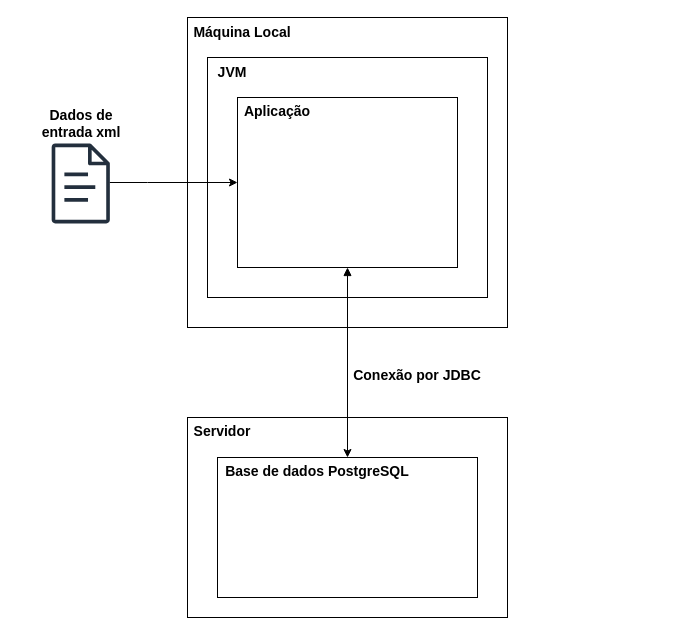
Earlier version of the draw.io diagram diagramas/diagrama_de_blocos.drawio (RRamos19/Master-Thesis). Source tidied: cells renumbered, new cells numbered last; positions are measured from the earlier drawing's top-left corner, leaving out a move shared by most shapes. Both pictures are drawn from the tidied source at 100%, with x=0, y=0 at pixel (24, 17).
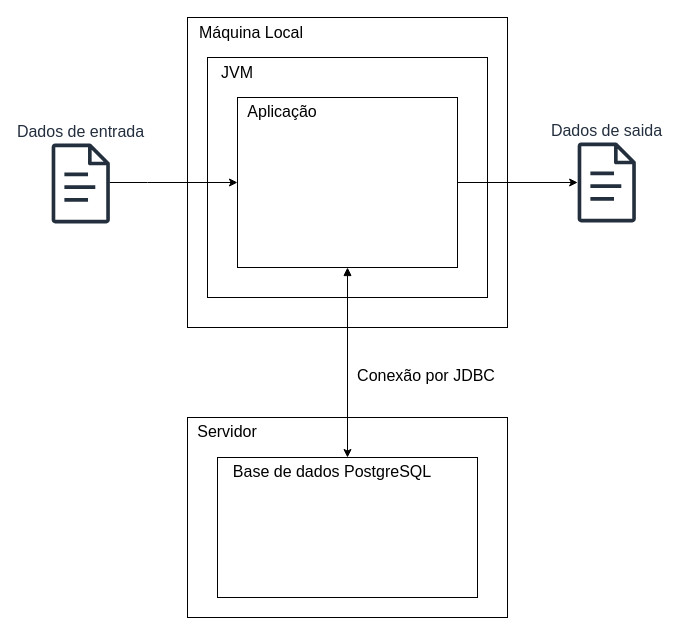
The same page after the edit.

Unchanged cells that the change refers to:
```xml
<mxCell id="3" style="group;" parent="1" vertex="1">
  <mxGeometry x="163" width="320" height="310" as="geometry" />
</mxCell>
<mxCell id="6" style="group;" parent="3" vertex="1">
  <mxGeometry x="20" y="40" width="280" height="240" as="geometry" />
</mxCell>
<mxCell id="9" style="rounded=0;whiteSpace=wrap;html=1;" parent="6" vertex="1">
  <mxGeometry x="30" y="40" width="220" height="170" as="geometry" />
</mxCell>
<mxCell id="11" style="group;" parent="1" vertex="1">
  <mxGeometry x="163" y="400" width="320" height="200" as="geometry" />
</mxCell>
```

What changed in the source:
```diff
@@
-    <mxCell id="2" style="sketch=0;outlineConnect=0;fontColor=#232F3E;gradientColor=none;fillColor=#232F3D;strokeColor=none;dashed=0;verticalLabelPosition=bottom;verticalAlign=top;align=center;html=1;fontSize=12;fontStyle=0;shape=mxgraph.aws4.document;" parent="1" vertex="1">
+    <mxCell id="2" value="Dados de entrada" style="sketch=0;outlineConnect=0;fontColor=#232F3E;gradientColor=none;fillColor=#232F3D;strokeColor=none;dashed=0;verticalLabelPosition=top;verticalAlign=bottom;align=center;html=1;fontSize=16;fontStyle=0;shape=mxgraph.aws4.document;labelPosition=center;" parent="1" vertex="1">
       <mxGeometry x="27" y="126" width="58.5" height="80" as="geometry" />
     </mxCell>
@@
-    <mxCell id="5" value="Máquina Local" style="text;html=1;align=center;verticalAlign=middle;whiteSpace=wrap;rounded=0;fontSize=14;fontStyle=1;" parent="3" vertex="1">
-      <mxGeometry width="110" height="30" as="geometry" />
+    <mxCell id="5" value="&lt;span style=&quot;font-weight: normal;&quot;&gt;&lt;font style=&quot;font-size: 16px;&quot;&gt;Máquina Local&lt;/font&gt;&lt;/span&gt;" style="text;html=1;align=center;verticalAlign=middle;whiteSpace=wrap;rounded=0;fontSize=14;fontStyle=1;" parent="3" vertex="1">
+      <mxGeometry x="1" width="126" height="30" as="geometry" />
     </mxCell>
@@
-    <mxCell id="8" value="JVM" style="text;html=1;align=center;verticalAlign=middle;whiteSpace=wrap;rounded=0;fontSize=14;fontStyle=1;" parent="6" vertex="1">
-      <mxGeometry width="50" height="30" as="geometry" />
+    <mxCell id="8" value="&lt;span style=&quot;font-weight: normal;&quot;&gt;&lt;font style=&quot;font-size: 16px;&quot;&gt;JVM&lt;/font&gt;&lt;/span&gt;" style="text;html=1;align=center;verticalAlign=middle;whiteSpace=wrap;rounded=0;fontSize=14;fontStyle=1;" parent="6" vertex="1">
+      <mxGeometry width="60" height="30" as="geometry" />
     </mxCell>
@@
-    <mxCell id="10" value="Aplicação" style="text;html=1;align=center;verticalAlign=middle;whiteSpace=wrap;rounded=0;fontSize=14;fontStyle=1;" parent="6" vertex="1">
-      <mxGeometry x="30" y="40" width="80" height="28.6" as="geometry" />
+    <mxCell id="10" value="&lt;span style=&quot;font-weight: normal;&quot;&gt;&lt;font style=&quot;font-size: 16px;&quot;&gt;Aplicação&lt;/font&gt;&lt;/span&gt;" style="text;html=1;align=center;verticalAlign=middle;whiteSpace=wrap;rounded=0;fontSize=14;fontStyle=1;" parent="6" vertex="1">
+      <mxGeometry x="30" y="40" width="90" height="28.6" as="geometry" />
     </mxCell>
@@
-    <mxCell id="13" value="Servidor" style="text;html=1;align=center;verticalAlign=middle;whiteSpace=wrap;rounded=0;fontStyle=1;fontSize=14;" parent="11" vertex="1">
-      <mxGeometry width="70" height="28.6" as="geometry" />
+    <mxCell id="13" value="&lt;span style=&quot;font-weight: normal;&quot;&gt;&lt;font style=&quot;font-size: 16px;&quot;&gt;Servidor&lt;/font&gt;&lt;/span&gt;" style="text;html=1;align=center;verticalAlign=middle;whiteSpace=wrap;rounded=0;fontStyle=1;fontSize=14;" parent="11" vertex="1">
+      <mxGeometry width="80" height="28.6" as="geometry" />
     </mxCell>
@@
-    <mxCell id="15" value="Base de dados PostgreSQL" style="text;html=1;align=center;verticalAlign=middle;whiteSpace=wrap;rounded=0;fontStyle=1;fontSize=14;" parent="11" vertex="1">
-      <mxGeometry x="30" y="40" width="200" height="28.6" as="geometry" />
+    <mxCell id="15" value="&lt;span style=&quot;font-weight: normal;&quot;&gt;&lt;font style=&quot;font-size: 16px;&quot;&gt;Base de dados PostgreSQL&lt;/font&gt;&lt;/span&gt;" style="text;html=1;align=center;verticalAlign=middle;whiteSpace=wrap;rounded=0;fontStyle=1;fontSize=14;" parent="11" vertex="1">
+      <mxGeometry x="30" y="40" width="230" height="28.6" as="geometry" />
     </mxCell>
@@
-    <mxCell id="18" value="Dados de entrada xml" style="text;html=1;align=center;verticalAlign=middle;whiteSpace=wrap;rounded=0;fontSize=14;fontStyle=1;" parent="1" vertex="1">
-      <mxGeometry x="0.5" y="91" width="111.5" height="30" as="geometry" />
-    </mxCell>
-    <mxCell id="19" value="Conexão por JDBC" style="text;html=1;align=center;verticalAlign=middle;whiteSpace=wrap;rounded=0;fontSize=14;fontStyle=1;" parent="1" vertex="1">
-      <mxGeometry x="323" y="343" width="140" height="30" as="geometry" />
+    <mxCell id="19" value="&lt;span style=&quot;font-weight: normal;&quot;&gt;&lt;font style=&quot;font-size: 16px;&quot;&gt;Conexão por JDBC&lt;/font&gt;&lt;/span&gt;" style="text;html=1;align=center;verticalAlign=middle;whiteSpace=wrap;rounded=0;fontSize=14;fontStyle=1;" parent="1" vertex="1">
+      <mxGeometry x="324" y="343" width="156" height="30" as="geometry" />
     </mxCell>
+    <mxCell id="20" value="Dados de saida" style="sketch=0;outlineConnect=0;fontColor=#232F3E;gradientColor=none;fillColor=#232F3D;strokeColor=none;dashed=0;verticalLabelPosition=top;verticalAlign=bottom;align=center;html=1;fontSize=16;fontStyle=0;shape=mxgraph.aws4.document;labelPosition=center;" parent="1" vertex="1">
+      <mxGeometry x="553" y="125" width="58.5" height="80" as="geometry" />
+    </mxCell>
+    <mxCell id="21" style="endArrow=none;html=1;rounded=0;startArrow=classic;startFill=1;edgeStyle=orthogonalEdgeStyle;entryX=1;entryY=0.5;entryDx=0;entryDy=0;" parent="1" edge="1" source="20" target="9">
+      <mxGeometry relative="1" as="geometry" />
+    </mxCell>
```
